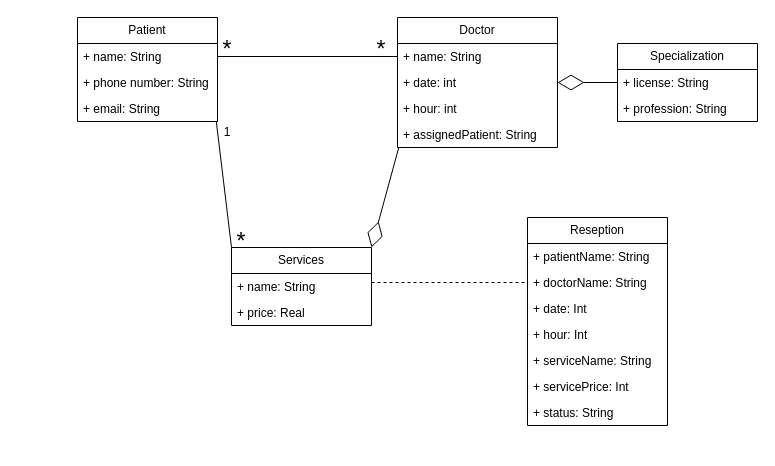
This is page "Страница — 2" (2 of 3) of 1 лаба.drawio from Encorsio23/OOAPGovorovMikhailitsinMuslimov, a draw.io file, before an edit. Source tidied: cells renumbered, new cells numbered last; positions are measured from the earlier drawing's top-left corner, leaving out a move shared by most shapes. Both pictures are drawn from the tidied source at 100%, with x=0, y=0 at pixel (77, 17).
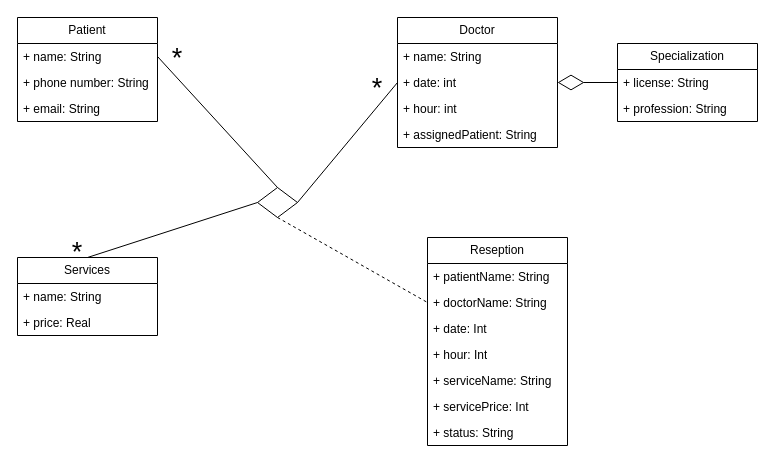
After the change.

The change refers to these unchanged cells:
```xml
<mxCell id="4" value="+ doctorName: String" style="text;strokeColor=none;fillColor=none;align=left;verticalAlign=top;spacingLeft=4;spacingRight=4;overflow=hidden;points=[[0,0.5],[1,0.5]];portConstraint=eastwest;whiteSpace=wrap;html=1;" parent="2" vertex="1">
  <mxGeometry y="52" width="140" height="26" as="geometry" />
</mxCell>
<mxCell id="11" value="+ name: String" style="text;strokeColor=none;fillColor=none;align=left;verticalAlign=top;spacingLeft=4;spacingRight=4;overflow=hidden;points=[[0,0.5],[1,0.5]];portConstraint=eastwest;whiteSpace=wrap;html=1;" parent="10" vertex="1">
  <mxGeometry y="26" width="140" height="26" as="geometry" />
</mxCell>
<mxCell id="13" value="+ email: String" style="text;strokeColor=none;fillColor=none;align=left;verticalAlign=top;spacingLeft=4;spacingRight=4;overflow=hidden;points=[[0,0.5],[1,0.5]];portConstraint=eastwest;whiteSpace=wrap;html=1;" parent="10" vertex="1">
  <mxGeometry y="78" width="140" height="26" as="geometry" />
</mxCell>
<mxCell id="15" value="+ name: String" style="text;strokeColor=none;fillColor=none;align=left;verticalAlign=top;spacingLeft=4;spacingRight=4;overflow=hidden;points=[[0,0.5],[1,0.5]];portConstraint=eastwest;whiteSpace=wrap;html=1;" parent="14" vertex="1">
  <mxGeometry y="26" width="160" height="26" as="geometry" />
</mxCell>
<mxCell id="16" value="+ date: int" style="text;strokeColor=none;fillColor=none;align=left;verticalAlign=top;spacingLeft=4;spacingRight=4;overflow=hidden;points=[[0,0.5],[1,0.5]];portConstraint=eastwest;whiteSpace=wrap;html=1;" parent="14" vertex="1">
  <mxGeometry y="52" width="160" height="26" as="geometry" />
</mxCell>
<mxCell id="18" value="+ assignedPatient: String" style="text;strokeColor=none;fillColor=none;align=left;verticalAlign=top;spacingLeft=4;spacingRight=4;overflow=hidden;points=[[0,0.5],[1,0.5]];portConstraint=eastwest;whiteSpace=wrap;html=1;" parent="14" vertex="1">
  <mxGeometry y="104" width="160" height="26" as="geometry" />
</mxCell>
```

Change to the diagram source:
```diff
@@
     <mxCell id="2" value="Reseption" style="swimlane;fontStyle=0;horizontal=1;startSize=26;fillColor=none;whiteSpace=wrap;html=1;" parent="1" vertex="1">
-      <mxGeometry x="450" y="200" width="140" height="208" as="geometry" />
+      <mxGeometry x="350" y="220" width="140" height="208" as="geometry" />
     </mxCell>
@@
     <mxCell id="10" value="Patient" style="swimlane;fontStyle=0;horizontal=1;startSize=26;fillColor=none;whiteSpace=wrap;html=1;" parent="1" vertex="1">
-      <mxGeometry width="140" height="104" as="geometry" />
+      <mxGeometry x="-60" width="140" height="104" as="geometry" />
     </mxCell>
@@
     <mxCell id="22" value="Services" style="swimlane;fontStyle=0;horizontal=1;startSize=26;fillColor=none;whiteSpace=wrap;html=1;" parent="1" vertex="1">
-      <mxGeometry x="154" y="230" width="140" height="78" as="geometry" />
+      <mxGeometry x="-60" y="240" width="140" height="78" as="geometry" />
     </mxCell>
@@
-    <mxCell id="26" value="&lt;font style=&quot;font-size: 23px;&quot;&gt;*&lt;/font&gt;" style="text;html=1;align=center;verticalAlign=middle;whiteSpace=wrap;rounded=0;" parent="1" vertex="1">
-      <mxGeometry x="140" y="26" width="20" height="12" as="geometry" />
-    </mxCell>
-    <mxCell id="27" value="&lt;font style=&quot;font-size: 23px;&quot;&gt;*&lt;/font&gt;" style="text;html=1;align=center;verticalAlign=middle;whiteSpace=wrap;rounded=0;" parent="1" vertex="1">
-      <mxGeometry x="294" y="26" width="20" height="12" as="geometry" />
-    </mxCell>
-    <mxCell id="28" style="endArrow=none;html=1;rounded=0;exitX=0;exitY=0;exitDx=0;exitDy=0;entryX=0.991;entryY=0.985;entryDx=0;entryDy=0;entryPerimeter=0;" parent="1" edge="1" source="22" target="13">
-      <mxGeometry relative="1" as="geometry" />
-    </mxCell>
-    <mxCell id="29" style="endArrow=none;html=1;rounded=0;exitX=1;exitY=0.5;exitDx=0;exitDy=0;entryX=0;entryY=0.5;entryDx=0;entryDy=0;" parent="1" edge="1" source="11" target="15">
-      <mxGeometry relative="1" as="geometry" />
-    </mxCell>
-    <mxCell id="30" style="endArrow=diamondThin;endFill=0;endSize=24;html=1;rounded=0;exitX=0.008;exitY=1;exitDx=0;exitDy=0;exitPerimeter=0;entryX=1;entryY=0;entryDx=0;entryDy=0;" parent="1" edge="1" source="18" target="22">
-      <mxGeometry relative="1" as="geometry" />
-    </mxCell>
-    <mxCell id="31" style="endArrow=none;dashed=1;html=1;rounded=0;entryX=0;entryY=0.5;entryDx=0;entryDy=0;" parent="1" edge="1" target="4">
-      <mxGeometry relative="1" as="geometry">
-        <mxPoint x="294" y="265" as="sourcePoint" />
-      </mxGeometry>
+    <mxCell id="31" style="endArrow=none;dashed=1;html=1;rounded=0;entryX=0;entryY=0.5;entryDx=0;entryDy=0;exitX=0.5;exitY=1;exitDx=0;exitDy=0;" parent="1" edge="1" source="34" target="4">
+      <mxGeometry relative="1" as="geometry" />
     </mxCell>
-    <mxCell id="32" value="1" style="text;html=1;whiteSpace=wrap;strokeColor=none;fillColor=none;align=center;verticalAlign=middle;rounded=0;" parent="1" vertex="1">
-      <mxGeometry x="120" y="100" width="60" height="30" as="geometry" />
-    </mxCell>
-    <mxCell id="33" value="&lt;font style=&quot;font-size: 23px;&quot;&gt;*&lt;/font&gt;" style="text;html=1;align=center;verticalAlign=middle;whiteSpace=wrap;rounded=0;" parent="1" vertex="1">
-      <mxGeometry x="154" y="218" width="20" height="12" as="geometry" />
-    </mxCell>
+    <mxCell id="34" style="rhombus;whiteSpace=wrap;html=1;" parent="1" vertex="1">
+      <mxGeometry x="180" y="170" width="40" height="30" as="geometry" />
+    </mxCell>
+    <mxCell id="35" style="endArrow=none;html=1;rounded=0;entryX=0;entryY=0.5;entryDx=0;entryDy=0;exitX=1;exitY=0.5;exitDx=0;exitDy=0;" parent="1" edge="1" source="34" target="16">
+      <mxGeometry relative="1" as="geometry" />
+    </mxCell>
+    <mxCell id="36" style="endArrow=none;html=1;rounded=0;exitX=1;exitY=0.5;exitDx=0;exitDy=0;entryX=0.5;entryY=0;entryDx=0;entryDy=0;" parent="1" edge="1" source="11" target="34">
+      <mxGeometry relative="1" as="geometry" />
+    </mxCell>
+    <mxCell id="37" style="endArrow=none;html=1;rounded=0;exitX=0.5;exitY=0;exitDx=0;exitDy=0;entryX=0;entryY=0.5;entryDx=0;entryDy=0;" parent="1" edge="1" source="22" target="34">
+      <mxGeometry relative="1" as="geometry" />
+    </mxCell>
+    <mxCell id="38" value="&lt;font style=&quot;font-size: 27px;&quot;&gt;*&lt;/font&gt;" style="text;html=1;whiteSpace=wrap;strokeColor=none;fillColor=none;align=center;verticalAlign=middle;rounded=0;" parent="1" vertex="1">
+      <mxGeometry x="70" y="26" width="60" height="30" as="geometry" />
+    </mxCell>
+    <mxCell id="39" value="&lt;font style=&quot;font-size: 27px;&quot;&gt;*&lt;/font&gt;" style="text;html=1;whiteSpace=wrap;strokeColor=none;fillColor=none;align=center;verticalAlign=middle;rounded=0;" parent="1" vertex="1">
+      <mxGeometry x="-30" y="220" width="60" height="30" as="geometry" />
+    </mxCell>
+    <mxCell id="40" value="&lt;font style=&quot;font-size: 27px;&quot;&gt;*&lt;/font&gt;" style="text;html=1;whiteSpace=wrap;strokeColor=none;fillColor=none;align=center;verticalAlign=middle;rounded=0;" parent="1" vertex="1">
+      <mxGeometry x="270" y="56" width="60" height="30" as="geometry" />
+    </mxCell>
```
